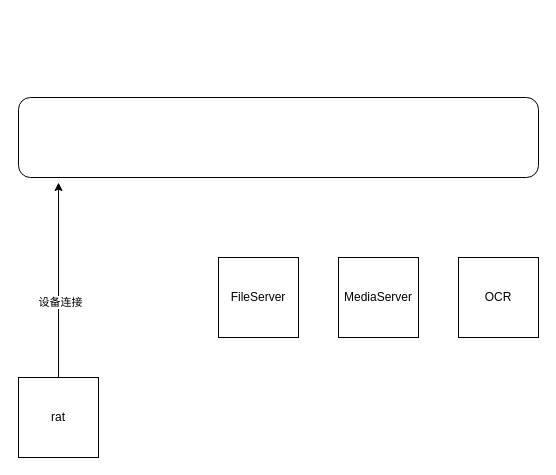
Before: framwork.drawio in HeisenbergV/node, a draw.io diagram. Source tidied: cells renumbered, new cells numbered last; positions are measured from the earlier drawing's top-left corner, leaving out a move shared by most shapes. Both pictures are drawn from the tidied source at 100%, with x=0, y=0 at pixel (18, 97).
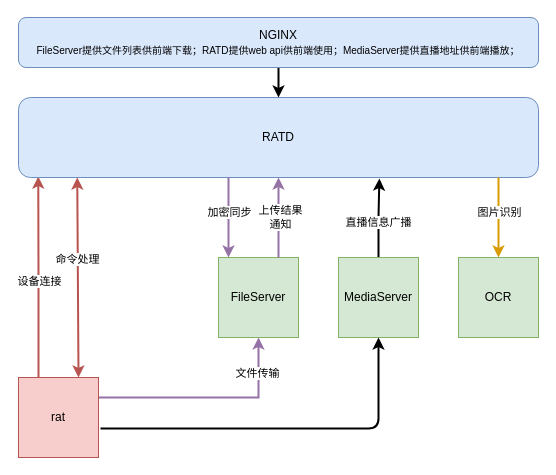
The same page after the edit.

Diff of the diagram source:
```diff
@@
-    <mxCell id="2" style="edgeStyle=orthogonalEdgeStyle;rounded=0;jettySize=auto;html=1;entryX=0.077;entryY=1.063;entryDx=0;entryDy=0;entryPerimeter=0;" parent="1" edge="1" source="4" target="8">
-      <mxGeometry relative="1" as="geometry" />
-    </mxCell>
+    <mxCell id="9" style="edgeStyle=orthogonalEdgeStyle;rounded=0;jettySize=auto;html=1;entryX=0.5;entryY=1;entryDx=0;entryDy=0;fillColor=#e1d5e7;strokeColor=#9673a6;strokeWidth=2;exitX=1;exitY=0.25;exitDx=0;exitDy=0;" parent="1" edge="1" source="4" target="5">
+      <mxGeometry relative="1" as="geometry" />
+    </mxCell>
+    <mxCell id="10" value="文件传输" style="edgeLabel;html=1;align=center;verticalAlign=middle;" parent="9" vertex="1">
+      <mxGeometry x="0.68" y="2" relative="1" as="geometry" />
+    </mxCell>
+    <mxCell id="11" style="edgeStyle=orthogonalEdgeStyle;rounded=0;jettySize=auto;html=1;exitX=0.25;exitY=0;exitDx=0;exitDy=0;entryX=0.038;entryY=0.988;entryDx=0;entryDy=0;entryPerimeter=0;fillColor=#f8cecc;strokeColor=#b85450;strokeWidth=2;" parent="1" edge="1" source="4" target="8">
+      <mxGeometry relative="1" as="geometry" />
+    </mxCell>
-    <mxCell id="3" value="设备连接" style="edgeLabel;html=1;align=center;verticalAlign=middle;" parent="2" vertex="1">
-      <mxGeometry x="-0.22" y="-1" relative="1" as="geometry" />
+    <mxCell id="3" value="设备连接" style="edgeLabel;html=1;align=center;verticalAlign=middle;" parent="11" vertex="1">
+      <mxGeometry x="-0.04" relative="1" as="geometry" />
     </mxCell>
-    <mxCell id="4" value="rat" style="whiteSpace=wrap;html=1;" parent="1" vertex="1">
+    <mxCell id="4" value="rat" style="whiteSpace=wrap;html=1;fillColor=#f8cecc;strokeColor=#b85450;" parent="1" vertex="1">
       <mxGeometry y="280" width="80" height="80" as="geometry" />
     </mxCell>
-    <mxCell id="5" value="FileServer" style="whiteSpace=wrap;html=1;" parent="1" vertex="1">
+    <mxCell id="5" value="FileServer" style="whiteSpace=wrap;html=1;fillColor=#d5e8d4;strokeColor=#82b366;" parent="1" vertex="1">
       <mxGeometry x="200" y="160" width="80" height="80" as="geometry" />
     </mxCell>
+    <mxCell id="12" style="edgeStyle=orthogonalEdgeStyle;rounded=0;jettySize=auto;html=1;entryX=0.694;entryY=1.013;entryDx=0;entryDy=0;entryPerimeter=0;strokeWidth=2;" parent="1" edge="1" source="6" target="8">
+      <mxGeometry relative="1" as="geometry" />
+    </mxCell>
+    <mxCell id="13" value="直播信息广播" style="edgeLabel;html=1;align=center;verticalAlign=middle;" parent="12" vertex="1">
+      <mxGeometry x="-0.1" y="1" relative="1" as="geometry" />
+    </mxCell>
-    <mxCell id="6" value="MediaServer" style="whiteSpace=wrap;html=1;" parent="1" vertex="1">
+    <mxCell id="6" value="MediaServer" style="whiteSpace=wrap;html=1;fillColor=#d5e8d4;strokeColor=#82b366;" parent="1" vertex="1">
       <mxGeometry x="320" y="160" width="80" height="80" as="geometry" />
     </mxCell>
-    <mxCell id="7" value="OCR" style="whiteSpace=wrap;html=1;" parent="1" vertex="1">
+    <mxCell id="7" value="OCR" style="whiteSpace=wrap;html=1;fillColor=#d5e8d4;strokeColor=#82b366;" parent="1" vertex="1">
       <mxGeometry x="440" y="160" width="80" height="80" as="geometry" />
     </mxCell>
-    <mxCell id="8" style="rounded=1;whiteSpace=wrap;html=1;" parent="1" vertex="1">
+    <mxCell id="8" value="RATD" style="rounded=1;whiteSpace=wrap;html=1;fillColor=#dae8fc;strokeColor=#6c8ebf;" parent="1" vertex="1">
       <mxGeometry width="520" height="80" as="geometry" />
     </mxCell>
+    <mxCell id="14" style="endArrow=classic;startArrow=classic;html=1;exitX=0.75;exitY=0;exitDx=0;exitDy=0;entryX=0.113;entryY=1;entryDx=0;entryDy=0;entryPerimeter=0;fillColor=#f8cecc;strokeColor=#b85450;strokeWidth=2;" parent="1" edge="1" source="4" target="8">
+      <mxGeometry relative="1" as="geometry" />
+    </mxCell>
+    <mxCell id="15" value="命令处理" style="edgeLabel;html=1;align=center;verticalAlign=middle;" parent="14" vertex="1">
+      <mxGeometry x="0.19" y="1" relative="1" as="geometry" />
+    </mxCell>
+    <mxCell id="16" style="endArrow=classic;html=1;entryX=0.5;entryY=0;entryDx=0;entryDy=0;fillColor=#ffe6cc;strokeColor=#d79b00;strokeWidth=2;" parent="1" edge="1" target="7">
+      <mxGeometry relative="1" as="geometry">
+        <mxPoint x="480" y="80" as="sourcePoint" />
+      </mxGeometry>
+    </mxCell>
+    <mxCell id="17" value="图片识别" style="edgeLabel;html=1;align=center;verticalAlign=middle;" parent="16" vertex="1">
+      <mxGeometry x="-0.15" relative="1" as="geometry" />
+    </mxCell>
+    <mxCell id="18" style="endArrow=classic;html=1;entryX=0.5;entryY=0;entryDx=0;entryDy=0;strokeWidth=2;fillColor=#e1d5e7;strokeColor=#9673a6;" parent="1" edge="1">
+      <mxGeometry relative="1" as="geometry">
+        <mxPoint x="210" y="80" as="sourcePoint" />
+        <mxPoint x="210" y="160" as="targetPoint" />
+      </mxGeometry>
+    </mxCell>
+    <mxCell id="19" value="加密同步" style="edgeLabel;html=1;align=center;verticalAlign=middle;" parent="18" vertex="1">
+      <mxGeometry x="-0.15" relative="1" as="geometry" />
+    </mxCell>
+    <mxCell id="20" style="endArrow=classic;html=1;exitX=0.75;exitY=0;exitDx=0;exitDy=0;entryX=0.5;entryY=1;entryDx=0;entryDy=0;fillColor=#e1d5e7;strokeColor=#9673a6;strokeWidth=2;" parent="1" edge="1" source="5" target="8">
+      <mxGeometry relative="1" as="geometry" />
+    </mxCell>
+    <mxCell id="21" value="上传结果&lt;br&gt;通知" style="edgeLabel;html=1;align=center;verticalAlign=middle;" parent="20" vertex="1">
+      <mxGeometry x="0.03" y="-1" relative="1" as="geometry" />
+    </mxCell>
+    <mxCell id="22" style="endArrow=classic;html=1;strokeWidth=2;exitX=1.025;exitY=0.638;exitDx=0;exitDy=0;exitPerimeter=0;entryX=0.5;entryY=1;entryDx=0;entryDy=0;" parent="1" edge="1" source="4" target="6">
+      <mxGeometry relative="1" as="geometry">
+        <Array as="points">
+          <mxPoint x="360" y="331" />
+        </Array>
+      </mxGeometry>
+    </mxCell>
+    <mxCell id="23" style="edgeStyle=orthogonalEdgeStyle;rounded=0;jettySize=auto;html=1;entryX=0.5;entryY=0;entryDx=0;entryDy=0;strokeWidth=2;" parent="1" edge="1" source="24" target="8">
+      <mxGeometry relative="1" as="geometry" />
+    </mxCell>
+    <mxCell id="24" value="NGINX&lt;br&gt;&lt;font style=&quot;font-size: 10px&quot;&gt;FileServer提供文件列表供前端下载；RATD提供web api供前端使用；MediaServer提供直播地址供前端播放；&lt;/font&gt;" style="rounded=1;whiteSpace=wrap;html=1;fillColor=#dae8fc;strokeColor=#6c8ebf;" parent="1" vertex="1">
+      <mxGeometry y="-80" width="520" height="50" as="geometry" />
+    </mxCell>
```
